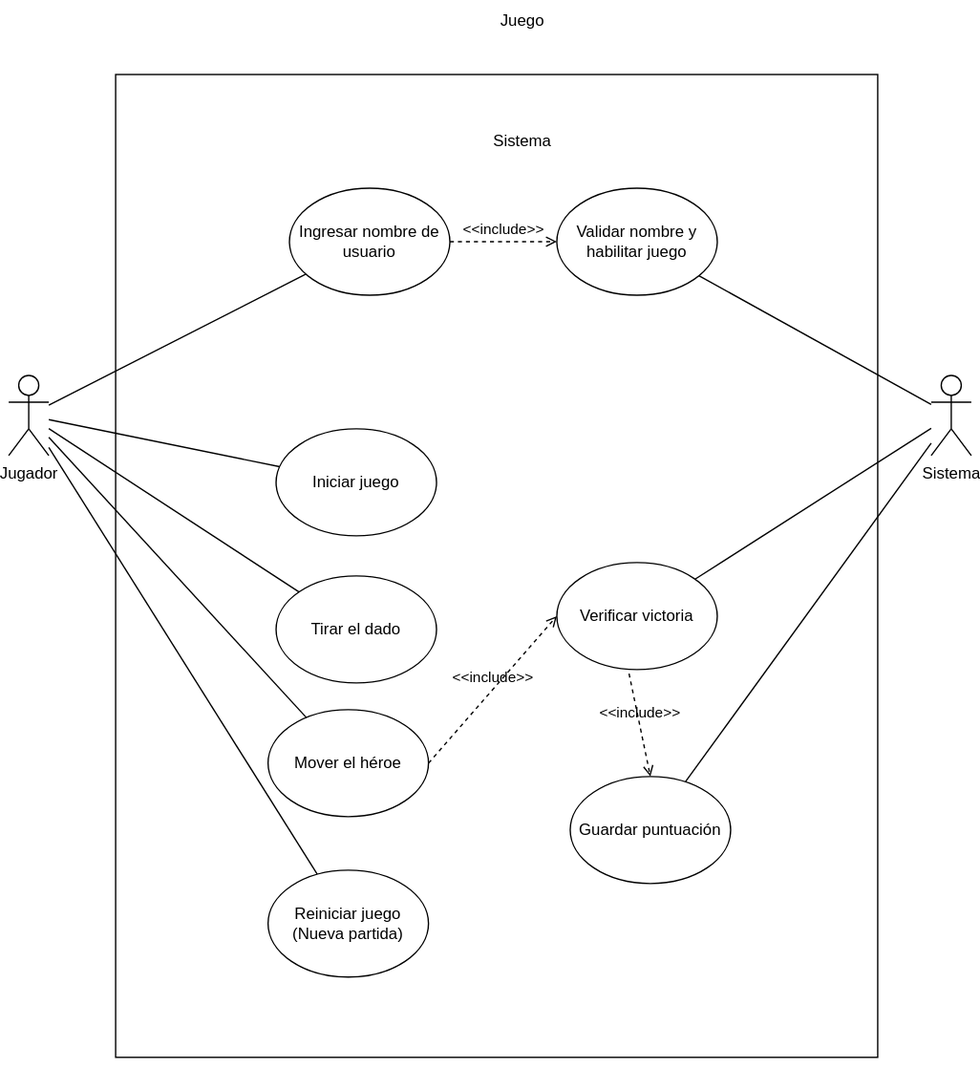
This is Diagrama de casos de uso.svg from EduOlalde/DECProyecto1-2, a draw.io export, as it was before one commit. Source tidied: cells renumbered, new cells last; positions are measured from the earlier drawing's top-left corner, leaving out a move shared by most shapes. Its diagram source:
```xml
<mxGraphModel>
  <root>
    <mxCell id="0" />
    <mxCell id="1" parent="0" />
    <mxCell id="2" style="rounded=0;whiteSpace=wrap;html=1;" parent="1" vertex="1">
      <mxGeometry x="80" y="55" width="570" height="735" as="geometry" />
    </mxCell>
    <mxCell id="3" value="Jugador" style="shape=umlActor;verticalLabelPosition=bottom;verticalAlign=top;html=1;outlineConnect=0;" parent="1" vertex="1">
      <mxGeometry y="280" width="30" height="60" as="geometry" />
    </mxCell>
    <mxCell id="4" value="Sistema" style="text;html=1;align=center;verticalAlign=middle;strokeColor=none;fillColor=none;" parent="1" vertex="1">
      <mxGeometry x="349" y="90" width="70" height="30" as="geometry" />
    </mxCell>
    <mxCell id="5" value="Ingresar nombre de usuario" style="ellipse;whiteSpace=wrap;html=1;" parent="1" vertex="1">
      <mxGeometry x="210" y="140" width="120" height="80" as="geometry" />
    </mxCell>
    <mxCell id="6" value="Sistema" style="shape=umlActor;verticalLabelPosition=bottom;verticalAlign=top;html=1;outlineConnect=0;" parent="1" vertex="1">
      <mxGeometry x="690" y="280" width="30" height="60" as="geometry" />
    </mxCell>
    <mxCell id="7" value="Validar nombre y habilitar juego" style="ellipse;whiteSpace=wrap;html=1;" parent="1" vertex="1">
      <mxGeometry x="410" y="140" width="120" height="80" as="geometry" />
    </mxCell>
    <mxCell id="8" value="Iniciar juego" style="ellipse;whiteSpace=wrap;html=1;" parent="1" vertex="1">
      <mxGeometry x="200" y="320" width="120" height="80" as="geometry" />
    </mxCell>
    <mxCell id="9" value="Tirar el dado" style="ellipse;whiteSpace=wrap;html=1;" parent="1" vertex="1">
      <mxGeometry x="200" y="430" width="120" height="80" as="geometry" />
    </mxCell>
    <mxCell id="10" value="Mover el héroe" style="ellipse;whiteSpace=wrap;html=1;" parent="1" vertex="1">
      <mxGeometry x="194" y="530" width="120" height="80" as="geometry" />
    </mxCell>
    <mxCell id="11" value="Verificar victoria" style="ellipse;whiteSpace=wrap;html=1;" parent="1" vertex="1">
      <mxGeometry x="410" y="420" width="120" height="80" as="geometry" />
    </mxCell>
    <mxCell id="12" value="Reiniciar juego (Nueva partida)" style="ellipse;whiteSpace=wrap;html=1;" parent="1" vertex="1">
      <mxGeometry x="194" y="650" width="120" height="80" as="geometry" />
    </mxCell>
    <mxCell id="13" value="Guardar puntuación" style="ellipse;whiteSpace=wrap;html=1;" parent="1" vertex="1">
      <mxGeometry x="420" y="580" width="120" height="80" as="geometry" />
    </mxCell>
    <mxCell id="14" value="&amp;lt;&amp;lt;include&amp;gt;&amp;gt;" style="html=1;verticalAlign=bottom;labelBackgroundColor=none;endArrow=open;endFill=0;dashed=1;rounded=0;exitX=1;exitY=0.5;exitDx=0;exitDy=0;entryX=0;entryY=0.5;entryDx=0;entryDy=0;" parent="1" edge="1" source="10" target="11">
      <mxGeometry relative="1" as="geometry" />
    </mxCell>
    <mxCell id="15" value="&amp;lt;&amp;lt;include&amp;gt;&amp;gt;" style="html=1;verticalAlign=bottom;labelBackgroundColor=none;endArrow=open;endFill=0;dashed=1;rounded=0;exitX=1;exitY=0.5;exitDx=0;exitDy=0;entryX=0;entryY=0.5;entryDx=0;entryDy=0;" parent="1" edge="1" source="5" target="7">
      <mxGeometry relative="1" as="geometry" />
    </mxCell>
    <mxCell id="16" value="&amp;lt;&amp;lt;include&amp;gt;&amp;gt;" style="html=1;verticalAlign=bottom;labelBackgroundColor=none;endArrow=open;endFill=0;dashed=1;rounded=0;exitX=0.45;exitY=1.038;exitDx=0;exitDy=0;exitPerimeter=0;entryX=0.5;entryY=0;entryDx=0;entryDy=0;" parent="1" edge="1" source="11" target="13">
      <mxGeometry relative="1" as="geometry" />
    </mxCell>
    <mxCell id="17" style="edgeStyle=orthogonalEdgeStyle;rounded=0;orthogonalLoop=1;jettySize=auto;html=1;exitX=0.5;exitY=1;exitDx=0;exitDy=0;" parent="1" edge="1" source="2" target="2">
      <mxGeometry relative="1" as="geometry" />
    </mxCell>
    <mxCell id="18" style="endArrow=none;html=1;rounded=0;" parent="1" edge="1" source="7" target="6">
      <mxGeometry relative="1" as="geometry" />
    </mxCell>
    <mxCell id="19" style="endArrow=none;html=1;rounded=0;" parent="1" edge="1" source="11" target="6">
      <mxGeometry relative="1" as="geometry" />
    </mxCell>
    <mxCell id="20" style="endArrow=none;html=1;rounded=0;" parent="1" edge="1" source="13" target="6">
      <mxGeometry relative="1" as="geometry" />
    </mxCell>
    <mxCell id="21" style="endArrow=none;html=1;rounded=0;" parent="1" edge="1" source="3" target="5">
      <mxGeometry relative="1" as="geometry" />
    </mxCell>
    <mxCell id="22" style="endArrow=none;html=1;rounded=0;" parent="1" edge="1" source="3" target="8">
      <mxGeometry relative="1" as="geometry" />
    </mxCell>
    <mxCell id="23" style="endArrow=none;html=1;rounded=0;" parent="1" edge="1" source="3" target="9">
      <mxGeometry relative="1" as="geometry" />
    </mxCell>
    <mxCell id="24" style="endArrow=none;html=1;rounded=0;" parent="1" edge="1" source="3" target="10">
      <mxGeometry relative="1" as="geometry" />
    </mxCell>
    <mxCell id="25" style="endArrow=none;html=1;rounded=0;" parent="1" edge="1" source="3" target="12">
      <mxGeometry relative="1" as="geometry" />
    </mxCell>
    <mxCell id="26" value="Juego" style="text;html=1;align=center;verticalAlign=middle;strokeColor=none;fillColor=none;" parent="1" vertex="1">
      <mxGeometry x="354" width="60" height="30" as="geometry" />
    </mxCell>
  </root>
</mxGraphModel>
```
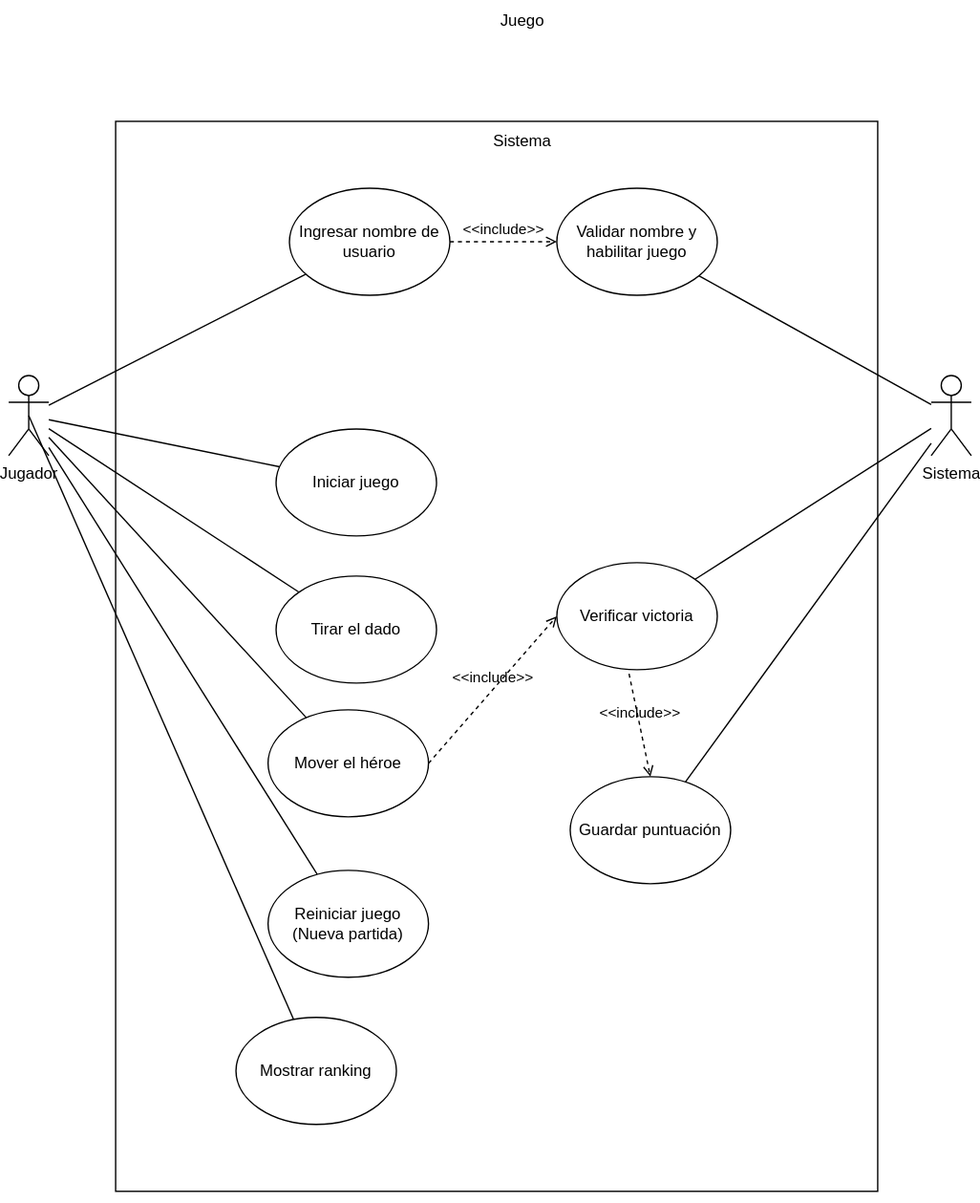
After the commit.

Commit message:
Actualización de documentación

Change to the diagram source:
```diff
@@ -3,7 +3,7 @@
     <mxCell id="0" />
     <mxCell id="1" parent="0" />
     <mxCell id="2" style="rounded=0;whiteSpace=wrap;html=1;" parent="1" vertex="1">
-      <mxGeometry x="80" y="55" width="570" height="735" as="geometry" />
+      <mxGeometry x="80" y="90" width="570" height="800" as="geometry" />
     </mxCell>
     <mxCell id="3" value="Jugador" style="shape=umlActor;verticalLabelPosition=bottom;verticalAlign=top;html=1;outlineConnect=0;" parent="1" vertex="1">
       <mxGeometry y="280" width="30" height="60" as="geometry" />
@@ -77,5 +77,11 @@
     <mxCell id="26" value="Juego" style="text;html=1;align=center;verticalAlign=middle;strokeColor=none;fillColor=none;" parent="1" vertex="1">
       <mxGeometry x="354" width="60" height="30" as="geometry" />
     </mxCell>
+    <mxCell id="27" value="Mostrar ranking" style="ellipse;whiteSpace=wrap;html=1;" parent="1" vertex="1">
+      <mxGeometry x="170" y="760" width="120" height="80" as="geometry" />
+    </mxCell>
+    <mxCell id="28" style="endArrow=none;html=1;rounded=0;exitX=0.5;exitY=0.5;exitDx=0;exitDy=0;exitPerimeter=0;" parent="1" edge="1" source="3" target="27">
+      <mxGeometry relative="1" as="geometry" />
+    </mxCell>
   </root>
 </mxGraphModel>
```
